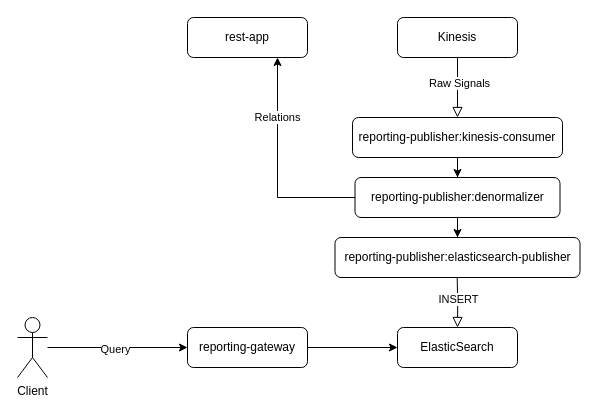
Earlier version of the draw.io diagram diagrams/reporting.drawio (evoconou/draw.io). Source tidied: cells renumbered, new cells numbered last; positions are measured from the earlier drawing's top-left corner, leaving out a move shared by most shapes. Both pictures are drawn from the tidied source at 100%, with x=0, y=0 at pixel (17, 17).
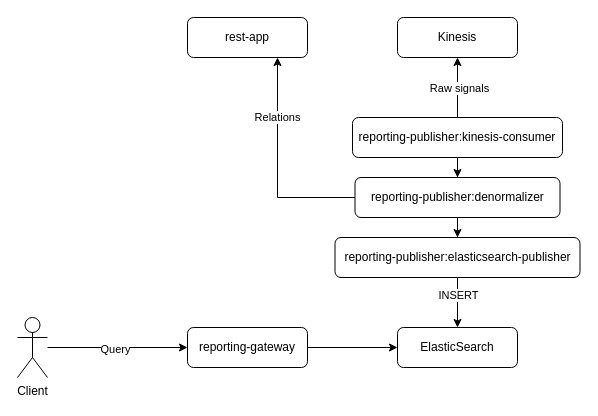
The same page after the edit.

Unchanged cells that the change refers to:
```xml
<mxCell id="4" value="Kinesis" style="rounded=1;whiteSpace=wrap;html=1;fontSize=12;glass=0;strokeWidth=1;shadow=0;" parent="1" vertex="1">
  <mxGeometry x="380" width="120" height="40" as="geometry" />
</mxCell>
<mxCell id="8" value="reporting-publisher:kinesis-consumer" style="rounded=1;whiteSpace=wrap;html=1;fontSize=12;glass=0;strokeWidth=1;shadow=0;" parent="1" vertex="1">
  <mxGeometry x="335" y="100" width="210" height="40" as="geometry" />
</mxCell>
<mxCell id="14" value="reporting-publisher:elasticsearch-publisher" style="rounded=1;whiteSpace=wrap;html=1;fontSize=12;glass=0;strokeWidth=1;shadow=0;" parent="1" vertex="1">
  <mxGeometry x="317.5" y="220" width="245" height="40" as="geometry" />
</mxCell>
<mxCell id="15" value="ElasticSearch" style="rounded=1;whiteSpace=wrap;html=1;fontSize=12;glass=0;strokeWidth=1;shadow=0;" parent="1" vertex="1">
  <mxGeometry x="380" y="310" width="120" height="40" as="geometry" />
</mxCell>
```

Diff of the diagram source:
```diff
@@
-    <mxCell id="2" style="rounded=0;html=1;jettySize=auto;fontSize=11;endArrow=block;endFill=0;endSize=8;strokeWidth=1;shadow=0;labelBackgroundColor=none;edgeStyle=orthogonalEdgeStyle;entryX=0.5;entryY=0;entryDx=0;entryDy=0;" parent="1" edge="1" source="4" target="8">
-      <mxGeometry relative="1" as="geometry" />
-    </mxCell>
-    <mxCell id="3" value="Raw Signals" style="edgeLabel;html=1;align=center;verticalAlign=middle;" parent="2" vertex="1">
-      <mxGeometry x="-0.18" y="1" relative="1" as="geometry" />
-    </mxCell>
@@
-    <mxCell id="5" style="rounded=0;html=1;jettySize=auto;fontSize=11;endArrow=block;endFill=0;endSize=8;strokeWidth=1;shadow=0;labelBackgroundColor=none;edgeStyle=orthogonalEdgeStyle;entryX=0.5;entryY=0;entryDx=0;entryDy=0;" parent="1" edge="1" target="15">
-      <mxGeometry y="20" relative="1" as="geometry">
-        <mxPoint x="439.7" y="260" as="sourcePoint" />
-      </mxGeometry>
-    </mxCell>
-    <mxCell id="6" value="INSERT" style="edgeLabel;html=1;align=center;verticalAlign=middle;" parent="5" vertex="1">
-      <mxGeometry x="-0.12" relative="1" as="geometry" />
-    </mxCell>
@@
+    <mxCell id="21" style="edgeStyle=orthogonalEdgeStyle;rounded=0;jettySize=auto;html=1;entryX=0.5;entryY=1;entryDx=0;entryDy=0;" parent="1" edge="1" source="8" target="4">
+      <mxGeometry relative="1" as="geometry" />
+    </mxCell>
+    <mxCell id="22" value="Raw signals" style="edgeLabel;html=1;align=center;verticalAlign=middle;" parent="21" vertex="1">
+      <mxGeometry y="-1" relative="1" as="geometry" />
+    </mxCell>
@@
+    <mxCell id="23" style="edgeStyle=orthogonalEdgeStyle;rounded=0;jettySize=auto;html=1;" parent="1" edge="1" source="14" target="15">
+      <mxGeometry relative="1" as="geometry" />
+    </mxCell>
+    <mxCell id="6" value="INSERT" style="edgeLabel;html=1;align=center;verticalAlign=middle;" parent="23" vertex="1">
+      <mxGeometry x="-0.32" relative="1" as="geometry" />
+    </mxCell>
```
